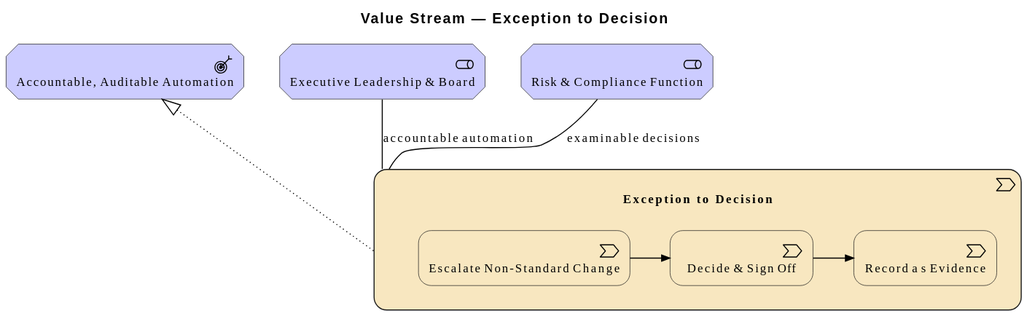
The PlantUML diagram architecture/model/diagrams/vision/6c-exception-to-decision.svg in wolffy-au/frictionless-architect, before a commit.
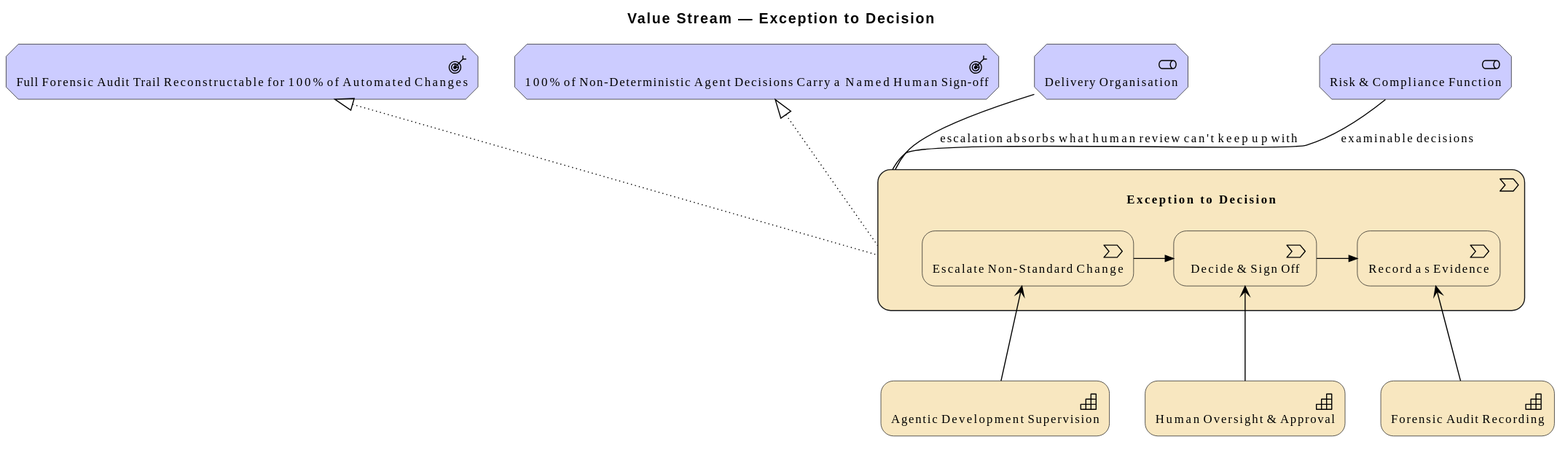
Later version of the same file.

Diff of the diagram source:
```diff
@@ -3,18 +3,26 @@
 
 title Value Stream — Exception to Decision
 
-Motivation_Stakeholder(e_id19419ed668d556, "Executive Leadership & Board")
+Motivation_Stakeholder(e_idb1fdf098c7c056, "Delivery Organisation")
 Motivation_Stakeholder(e_id133bbac4b3e450, "Risk & Compliance Function")
-Motivation_Outcome(e_ide8275430b0ad5e, "Accountable, Auditable Automation")
+Motivation_Outcome(e_id872d0a441b6453, "100% of Non-Deterministic Agent Decisions Carry a Named Human Sign-off")
+Motivation_Outcome(e_id352de296456859, "Full Forensic Audit Trail Reconstructable for 100% of Automated Changes")
+Strategy_Capability(e_id4a1c34ab69d151, "Agentic Development Supervision")
+Strategy_Capability(e_idc29413a2099958, "Forensic Audit Recording")
+Strategy_Capability(e_id08f340a094e552, "Human Oversight & Approval")
 Strategy_ValueStream(e_idc55b78731ffe56, "Exception to Decision") {
   Strategy_ValueStream(e_id57940702bdfc58, "Escalate Non-Standard Change")
   Strategy_ValueStream(e_id2d06864964375b, "Decide & Sign Off")
   Strategy_ValueStream(e_iddef15dd937ce53, "Record as Evidence")
 }
 
-Rel_Association(e_id19419ed668d556, e_idc55b78731ffe56, "accountable automation")
+Rel_Association(e_idb1fdf098c7c056, e_idc55b78731ffe56, "escalation absorbs what human review can't keep up with")
 Rel_Association(e_id133bbac4b3e450, e_idc55b78731ffe56, "examinable decisions")
-Rel_Realization_Up(e_idc55b78731ffe56, e_ide8275430b0ad5e, "")
+Rel_Realization_Up(e_idc55b78731ffe56, e_id872d0a441b6453, "")
+Rel_Realization_Up(e_idc55b78731ffe56, e_id352de296456859, "")
+Rel_Serving_Up(e_id4a1c34ab69d151, e_id57940702bdfc58, "")
+Rel_Serving_Up(e_id08f340a094e552, e_id2d06864964375b, "")
+Rel_Serving_Up(e_idc29413a2099958, e_iddef15dd937ce53, "")
 Rel_Triggering_Right(e_id57940702bdfc58, e_id2d06864964375b, "")
 Rel_Triggering_Right(e_id2d06864964375b, e_iddef15dd937ce53, "")
 @enduml
```
